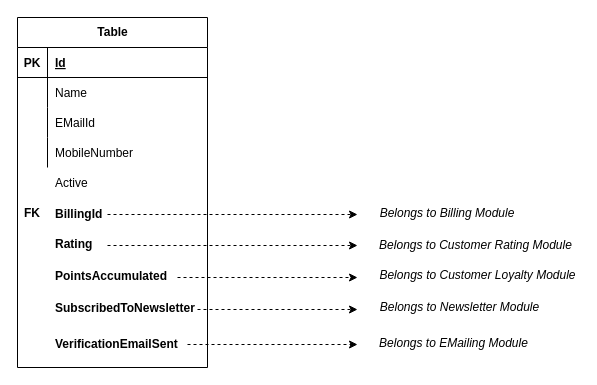
This is page "3T-Architecture-Domains-Cross-Referencing" (5 of 6) of design/ExplanationDiagrams.drawio from codefinity/oeuvre, a draw.io file, before an edit. Source tidied: cells renumbered, new cells numbered last; positions are measured from the earlier drawing's top-left corner, leaving out a move shared by most shapes. Both pictures are drawn from the tidied source at 100%, with x=0, y=0 at pixel (17, 17).
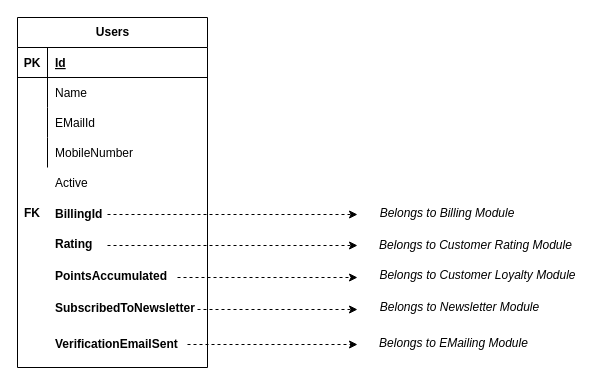
After the change.

Commit message (it also covers changes not shown here):
Added an Explanation diagram

What changed in the source:
```diff
@@
-    <mxCell id="2" value="Table" style="shape=table;startSize=30;childLayout=tableLayout;rowLines=0;fontStyle=1;align=center;rounded=0;shadow=0;sketch=0;fillColor=#FFFFFF;gradientColor=none;html=1;" parent="1" vertex="1">
+    <mxCell id="2" value="Users" style="shape=table;startSize=30;childLayout=tableLayout;rowLines=0;fontStyle=1;align=center;rounded=0;shadow=0;sketch=0;fillColor=#FFFFFF;gradientColor=none;html=1;" parent="1" vertex="1">
       <mxGeometry width="190" height="350" as="geometry" />
     </mxCell>
```
